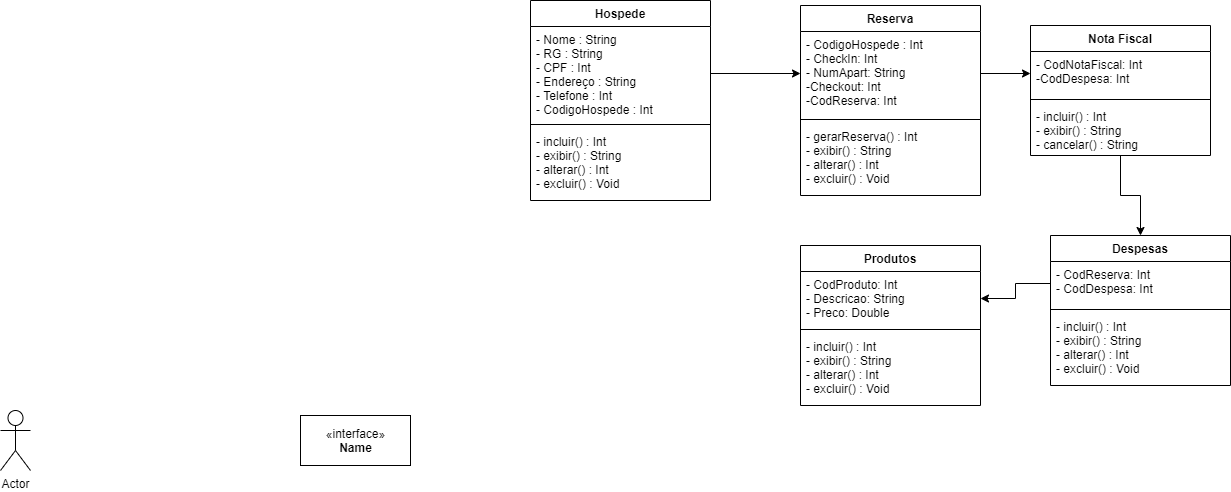
Above: Sequencia e Colab.png in leitoraincomum/engsofII (draw.io), before the change. Source tidied: cells renumbered, new cells last; positions are measured from the earlier drawing's top-left corner, leaving out a move shared by most shapes.
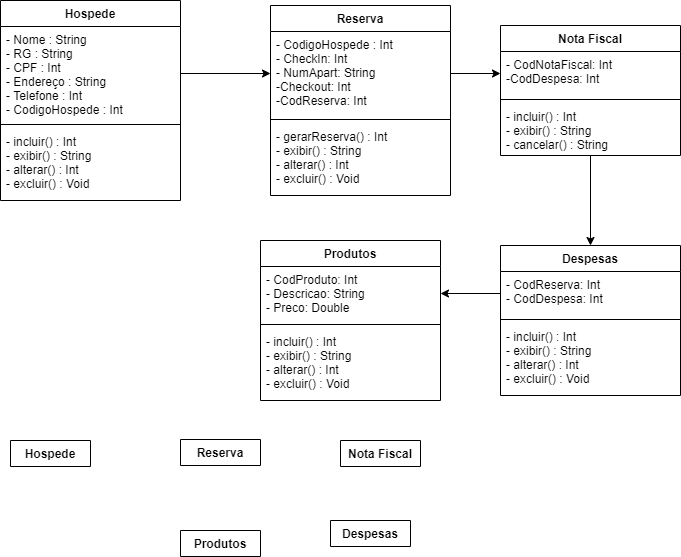
The same diagram one commit later.

What changed in the source:
```diff
@@ -2,49 +2,43 @@
   <root>
     <mxCell id="0" />
     <mxCell id="1" parent="0" />
-    <mxCell id="2" value="Actor" style="shape=umlActor;verticalLabelPosition=bottom;verticalAlign=top;html=1;" parent="1" vertex="1">
-      <mxGeometry y="410" width="30" height="60" as="geometry" />
-    </mxCell>
-    <mxCell id="3" value="&amp;laquo;interface&amp;raquo;&lt;br&gt;&lt;b&gt;Name&lt;/b&gt;" style="html=1;" parent="1" vertex="1">
-      <mxGeometry x="300" y="415" width="110" height="50" as="geometry" />
-    </mxCell>
-    <mxCell id="4" value="Hospede" style="swimlane;fontStyle=1;align=center;verticalAlign=top;horizontal=1;startSize=26;" parent="1" vertex="1">
-      <mxGeometry x="530" width="180" height="200" as="geometry" />
-    </mxCell>
+    <mxCell id="28" value="Hospede" style="swimlane;fontStyle=1;align=center;verticalAlign=top;horizontal=1;startSize=26;" parent="1" vertex="1">
+      <mxGeometry x="-200" y="-365" width="180" height="200" as="geometry" />
+    </mxCell>
-    <mxCell id="5" value="- Nome : String&#10;- RG : String&#10;- CPF : Int&#10;- Endereço : String&#10;- Telefone : Int&#10;- CodigoHospede : Int" style="text;strokeColor=none;fillColor=none;align=left;verticalAlign=top;spacingLeft=4;spacingRight=4;overflow=hidden;points=[[0,0.5],[1,0.5]];portConstraint=eastwest;" parent="4" vertex="1">
+    <mxCell id="5" value="- Nome : String&#10;- RG : String&#10;- CPF : Int&#10;- Endereço : String&#10;- Telefone : Int&#10;- CodigoHospede : Int" style="text;strokeColor=none;fillColor=none;align=left;verticalAlign=top;spacingLeft=4;spacingRight=4;overflow=hidden;points=[[0,0.5],[1,0.5]];portConstraint=eastwest;" parent="28" vertex="1">
       <mxGeometry y="26" width="180" height="94" as="geometry" />
     </mxCell>
-    <mxCell id="6" style="line;strokeWidth=1;fillColor=none;align=left;verticalAlign=middle;spacingTop=-1;spacingLeft=3;spacingRight=3;labelPosition=right;" parent="4" vertex="1">
+    <mxCell id="6" style="line;strokeWidth=1;fillColor=none;align=left;verticalAlign=middle;spacingTop=-1;spacingLeft=3;spacingRight=3;labelPosition=right;" parent="28" vertex="1">
       <mxGeometry y="120" width="180" height="8" as="geometry" />
     </mxCell>
-    <mxCell id="7" value="- incluir() : Int &#10;- exibir() : String&#10;- alterar() : Int&#10;- excluir() : Void" style="text;strokeColor=none;fillColor=none;align=left;verticalAlign=top;spacingLeft=4;spacingRight=4;overflow=hidden;" parent="4" vertex="1">
+    <mxCell id="7" value="- incluir() : Int &#10;- exibir() : String&#10;- alterar() : Int&#10;- excluir() : Void" style="text;strokeColor=none;fillColor=none;align=left;verticalAlign=top;spacingLeft=4;spacingRight=4;overflow=hidden;" parent="28" vertex="1">
       <mxGeometry y="128" width="180" height="72" as="geometry" />
     </mxCell>
-    <mxCell id="8" value="Reserva" style="swimlane;fontStyle=1;align=center;verticalAlign=top;horizontal=1;startSize=26;" parent="1" vertex="1">
-      <mxGeometry x="800" y="5" width="180" height="190" as="geometry" />
-    </mxCell>
+    <mxCell id="29" value="Reserva" style="swimlane;fontStyle=1;align=center;verticalAlign=top;horizontal=1;startSize=26;" parent="1" vertex="1">
+      <mxGeometry x="70" y="-360" width="180" height="190" as="geometry" />
+    </mxCell>
-    <mxCell id="9" value="- CodigoHospede : Int&#10;- CheckIn: Int&#10;- NumApart: String&#10;-Checkout: Int&#10;-CodReserva: Int" style="text;strokeColor=none;fillColor=none;align=left;verticalAlign=top;spacingLeft=4;spacingRight=4;overflow=hidden;points=[[0,0.5],[1,0.5]];portConstraint=eastwest;" parent="8" vertex="1">
+    <mxCell id="9" value="- CodigoHospede : Int&#10;- CheckIn: Int&#10;- NumApart: String&#10;-Checkout: Int&#10;-CodReserva: Int" style="text;strokeColor=none;fillColor=none;align=left;verticalAlign=top;spacingLeft=4;spacingRight=4;overflow=hidden;points=[[0,0.5],[1,0.5]];portConstraint=eastwest;" parent="29" vertex="1">
       <mxGeometry y="26" width="180" height="84" as="geometry" />
     </mxCell>
-    <mxCell id="10" style="line;strokeWidth=1;fillColor=none;align=left;verticalAlign=middle;spacingTop=-1;spacingLeft=3;spacingRight=3;labelPosition=right;" parent="8" vertex="1">
+    <mxCell id="10" style="line;strokeWidth=1;fillColor=none;align=left;verticalAlign=middle;spacingTop=-1;spacingLeft=3;spacingRight=3;labelPosition=right;" parent="29" vertex="1">
       <mxGeometry y="110" width="180" height="8" as="geometry" />
     </mxCell>
-    <mxCell id="11" value="- gerarReserva() : Int &#10;- exibir() : String&#10;- alterar() : Int&#10;- excluir() : Void" style="text;strokeColor=none;fillColor=none;align=left;verticalAlign=top;spacingLeft=4;spacingRight=4;overflow=hidden;" parent="8" vertex="1">
+    <mxCell id="11" value="- gerarReserva() : Int &#10;- exibir() : String&#10;- alterar() : Int&#10;- excluir() : Void" style="text;strokeColor=none;fillColor=none;align=left;verticalAlign=top;spacingLeft=4;spacingRight=4;overflow=hidden;" parent="29" vertex="1">
       <mxGeometry y="118" width="180" height="72" as="geometry" />
     </mxCell>
-    <mxCell id="12" style="edgeStyle=orthogonalEdgeStyle;rounded=0;jettySize=auto;html=1;exitX=0.5;exitY=1;exitDx=0;exitDy=0;entryX=0.5;entryY=0;entryDx=0;entryDy=0;" parent="1" edge="1" source="13" target="23">
-      <mxGeometry relative="1" as="geometry" />
-    </mxCell>
-    <mxCell id="13" value="Nota Fiscal" style="swimlane;fontStyle=1;align=center;verticalAlign=top;horizontal=1;startSize=26;" parent="1" vertex="1">
-      <mxGeometry x="1030" y="25" width="180" height="130" as="geometry" />
-    </mxCell>
+    <mxCell id="30" style="edgeStyle=orthogonalEdgeStyle;rounded=0;jettySize=auto;html=1;exitX=0.5;exitY=1;exitDx=0;exitDy=0;entryX=0.5;entryY=0;entryDx=0;entryDy=0;" parent="1" edge="1" source="31" target="34">
+      <mxGeometry relative="1" as="geometry" />
+    </mxCell>
+    <mxCell id="31" value="Nota Fiscal" style="swimlane;fontStyle=1;align=center;verticalAlign=top;horizontal=1;startSize=26;" parent="1" vertex="1">
+      <mxGeometry x="300" y="-340" width="180" height="130" as="geometry" />
+    </mxCell>
-    <mxCell id="14" value="- CodNotaFiscal: Int&#10;-CodDespesa: Int" style="text;strokeColor=none;fillColor=none;align=left;verticalAlign=top;spacingLeft=4;spacingRight=4;overflow=hidden;points=[[0,0.5],[1,0.5]];portConstraint=eastwest;" parent="13" vertex="1">
+    <mxCell id="14" value="- CodNotaFiscal: Int&#10;-CodDespesa: Int" style="text;strokeColor=none;fillColor=none;align=left;verticalAlign=top;spacingLeft=4;spacingRight=4;overflow=hidden;points=[[0,0.5],[1,0.5]];portConstraint=eastwest;" parent="31" vertex="1">
       <mxGeometry y="26" width="180" height="44" as="geometry" />
     </mxCell>
-    <mxCell id="15" style="line;strokeWidth=1;fillColor=none;align=left;verticalAlign=middle;spacingTop=-1;spacingLeft=3;spacingRight=3;labelPosition=right;" parent="13" vertex="1">
-      <mxGeometry y="70" width="180" height="8" as="geometry" />
-    </mxCell>
+    <mxCell id="32" style="line;strokeWidth=1;fillColor=none;align=left;verticalAlign=middle;spacingTop=-1;spacingLeft=3;spacingRight=3;labelPosition=right;" parent="31" vertex="1">
+      <mxGeometry y="70" width="180" height="8" as="geometry" />
+    </mxCell>
-    <mxCell id="16" value="- incluir() : Int &#10;- exibir() : String&#10;- cancelar() : String&#10;" style="text;strokeColor=none;fillColor=none;align=left;verticalAlign=top;spacingLeft=4;spacingRight=4;overflow=hidden;" parent="13" vertex="1">
+    <mxCell id="16" value="- incluir() : Int &#10;- exibir() : String&#10;- cancelar() : String&#10;" style="text;strokeColor=none;fillColor=none;align=left;verticalAlign=top;spacingLeft=4;spacingRight=4;overflow=hidden;" parent="31" vertex="1">
       <mxGeometry y="78" width="180" height="52" as="geometry" />
     </mxCell>
     <mxCell id="17" style="edgeStyle=orthogonalEdgeStyle;rounded=0;jettySize=auto;html=1;exitX=1;exitY=0.5;exitDx=0;exitDy=0;entryX=0;entryY=0.5;entryDx=0;entryDy=0;" parent="1" edge="1" source="5" target="9">
@@ -53,32 +47,47 @@
     <mxCell id="18" style="edgeStyle=orthogonalEdgeStyle;rounded=0;jettySize=auto;html=1;exitX=1;exitY=0.5;exitDx=0;exitDy=0;entryX=0;entryY=0.5;entryDx=0;entryDy=0;" parent="1" edge="1" source="9" target="14">
       <mxGeometry relative="1" as="geometry" />
     </mxCell>
-    <mxCell id="19" value="Produtos" style="swimlane;fontStyle=1;align=center;verticalAlign=top;horizontal=1;startSize=26;" parent="1" vertex="1">
-      <mxGeometry x="800" y="245" width="180" height="160" as="geometry" />
-    </mxCell>
+    <mxCell id="33" value="Produtos" style="swimlane;fontStyle=1;align=center;verticalAlign=top;horizontal=1;startSize=26;" parent="1" vertex="1">
+      <mxGeometry x="60" y="-125" width="180" height="160" as="geometry" />
+    </mxCell>
-    <mxCell id="20" value="- CodProduto: Int&#10;- Descricao: String&#10;- Preco: Double" style="text;strokeColor=none;fillColor=none;align=left;verticalAlign=top;spacingLeft=4;spacingRight=4;overflow=hidden;points=[[0,0.5],[1,0.5]];portConstraint=eastwest;" parent="19" vertex="1">
+    <mxCell id="20" value="- CodProduto: Int&#10;- Descricao: String&#10;- Preco: Double" style="text;strokeColor=none;fillColor=none;align=left;verticalAlign=top;spacingLeft=4;spacingRight=4;overflow=hidden;points=[[0,0.5],[1,0.5]];portConstraint=eastwest;" parent="33" vertex="1">
       <mxGeometry y="26" width="180" height="54" as="geometry" />
     </mxCell>
-    <mxCell id="21" style="line;strokeWidth=1;fillColor=none;align=left;verticalAlign=middle;spacingTop=-1;spacingLeft=3;spacingRight=3;labelPosition=right;" parent="19" vertex="1">
+    <mxCell id="21" style="line;strokeWidth=1;fillColor=none;align=left;verticalAlign=middle;spacingTop=-1;spacingLeft=3;spacingRight=3;labelPosition=right;" parent="33" vertex="1">
       <mxGeometry y="80" width="180" height="8" as="geometry" />
     </mxCell>
-    <mxCell id="22" value="- incluir() : Int &#10;- exibir() : String&#10;- alterar() : Int&#10;- excluir() : Void" style="text;strokeColor=none;fillColor=none;align=left;verticalAlign=top;spacingLeft=4;spacingRight=4;overflow=hidden;" parent="19" vertex="1">
+    <mxCell id="22" value="- incluir() : Int &#10;- exibir() : String&#10;- alterar() : Int&#10;- excluir() : Void" style="text;strokeColor=none;fillColor=none;align=left;verticalAlign=top;spacingLeft=4;spacingRight=4;overflow=hidden;" parent="33" vertex="1">
       <mxGeometry y="88" width="180" height="72" as="geometry" />
     </mxCell>
-    <mxCell id="23" value="Despesas" style="swimlane;fontStyle=1;align=center;verticalAlign=top;horizontal=1;startSize=26;" parent="1" vertex="1">
-      <mxGeometry x="1050" y="235" width="180" height="150" as="geometry" />
-    </mxCell>
+    <mxCell id="34" value="Despesas" style="swimlane;fontStyle=1;align=center;verticalAlign=top;horizontal=1;startSize=26;" parent="1" vertex="1">
+      <mxGeometry x="300" y="-120" width="180" height="150" as="geometry" />
+    </mxCell>
-    <mxCell id="24" value="- CodReserva: Int&#10;- CodDespesa: Int" style="text;strokeColor=none;fillColor=none;align=left;verticalAlign=top;spacingLeft=4;spacingRight=4;overflow=hidden;points=[[0,0.5],[1,0.5]];portConstraint=eastwest;" parent="23" vertex="1">
+    <mxCell id="24" value="- CodReserva: Int&#10;- CodDespesa: Int" style="text;strokeColor=none;fillColor=none;align=left;verticalAlign=top;spacingLeft=4;spacingRight=4;overflow=hidden;points=[[0,0.5],[1,0.5]];portConstraint=eastwest;" parent="34" vertex="1">
       <mxGeometry y="26" width="180" height="44" as="geometry" />
     </mxCell>
-    <mxCell id="25" style="line;strokeWidth=1;fillColor=none;align=left;verticalAlign=middle;spacingTop=-1;spacingLeft=3;spacingRight=3;labelPosition=right;" parent="23" vertex="1">
-      <mxGeometry y="70" width="180" height="8" as="geometry" />
-    </mxCell>
+    <mxCell id="35" style="line;strokeWidth=1;fillColor=none;align=left;verticalAlign=middle;spacingTop=-1;spacingLeft=3;spacingRight=3;labelPosition=right;" parent="34" vertex="1">
+      <mxGeometry y="70" width="180" height="8" as="geometry" />
+    </mxCell>
-    <mxCell id="26" value="- incluir() : Int &#10;- exibir() : String&#10;- alterar() : Int&#10;- excluir() : Void" style="text;strokeColor=none;fillColor=none;align=left;verticalAlign=top;spacingLeft=4;spacingRight=4;overflow=hidden;" parent="23" vertex="1">
+    <mxCell id="26" value="- incluir() : Int &#10;- exibir() : String&#10;- alterar() : Int&#10;- excluir() : Void" style="text;strokeColor=none;fillColor=none;align=left;verticalAlign=top;spacingLeft=4;spacingRight=4;overflow=hidden;" parent="34" vertex="1">
       <mxGeometry y="78" width="180" height="72" as="geometry" />
     </mxCell>
     <mxCell id="27" style="edgeStyle=orthogonalEdgeStyle;rounded=0;jettySize=auto;html=1;exitX=0;exitY=0.5;exitDx=0;exitDy=0;entryX=1;entryY=0.5;entryDx=0;entryDy=0;" parent="1" edge="1" source="24" target="20">
       <mxGeometry relative="1" as="geometry" />
     </mxCell>
+    <mxCell id="36" value="Hospede" style="swimlane;fontStyle=1;align=center;verticalAlign=top;horizontal=1;startSize=26;" parent="1" vertex="1" collapsed="1">
+      <mxGeometry x="-190" y="75" width="80" height="26" as="geometry" />
+    </mxCell>
+    <mxCell id="37" value="Reserva" style="swimlane;fontStyle=1;align=center;verticalAlign=top;horizontal=1;startSize=26;" parent="1" vertex="1" collapsed="1">
+      <mxGeometry x="-20" y="74" width="80" height="26" as="geometry" />
+    </mxCell>
+    <mxCell id="38" value="Nota Fiscal" style="swimlane;fontStyle=1;align=center;verticalAlign=top;horizontal=1;startSize=26;" parent="1" vertex="1" collapsed="1">
+      <mxGeometry x="140" y="75" width="80" height="26" as="geometry" />
+    </mxCell>
+    <mxCell id="39" value="Produtos" style="swimlane;fontStyle=1;align=center;verticalAlign=top;horizontal=1;startSize=26;" parent="1" vertex="1" collapsed="1">
+      <mxGeometry x="-20" y="165" width="80" height="26" as="geometry" />
+    </mxCell>
+    <mxCell id="40" value="Despesas" style="swimlane;fontStyle=1;align=center;verticalAlign=top;horizontal=1;startSize=26;" parent="1" vertex="1" collapsed="1">
+      <mxGeometry x="130" y="155" width="80" height="26" as="geometry" />
+    </mxCell>
   </root>
 </mxGraphModel>
```
